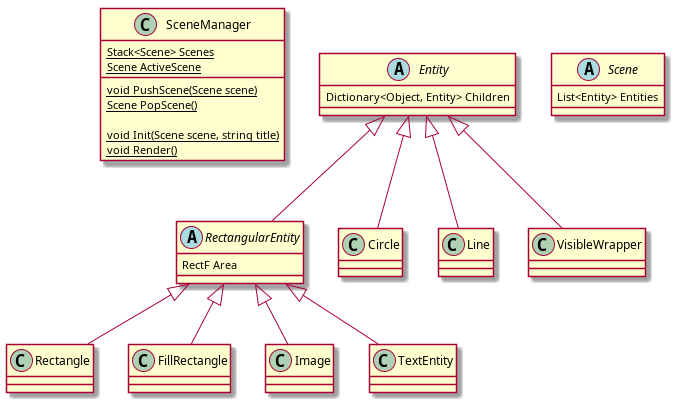
Before: documentation/entities.png, a diagram exported from PlantUML (josenunocardoso/SceneDisplayer).
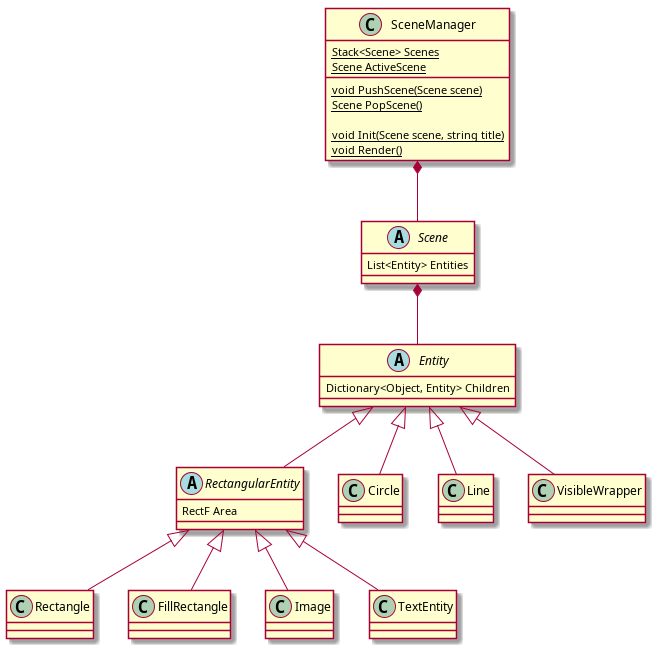
After the commit.

What changed in the source:
```diff
@@ -19,6 +19,8 @@
     List<Entity> Entities
 }
 
+SceneManager *-- Scene
+Scene *-- Entity
 Entity <|-- RectangularEntity
 RectangularEntity <|-- Rectangle
 RectangularEntity <|-- FillRectangle
```
